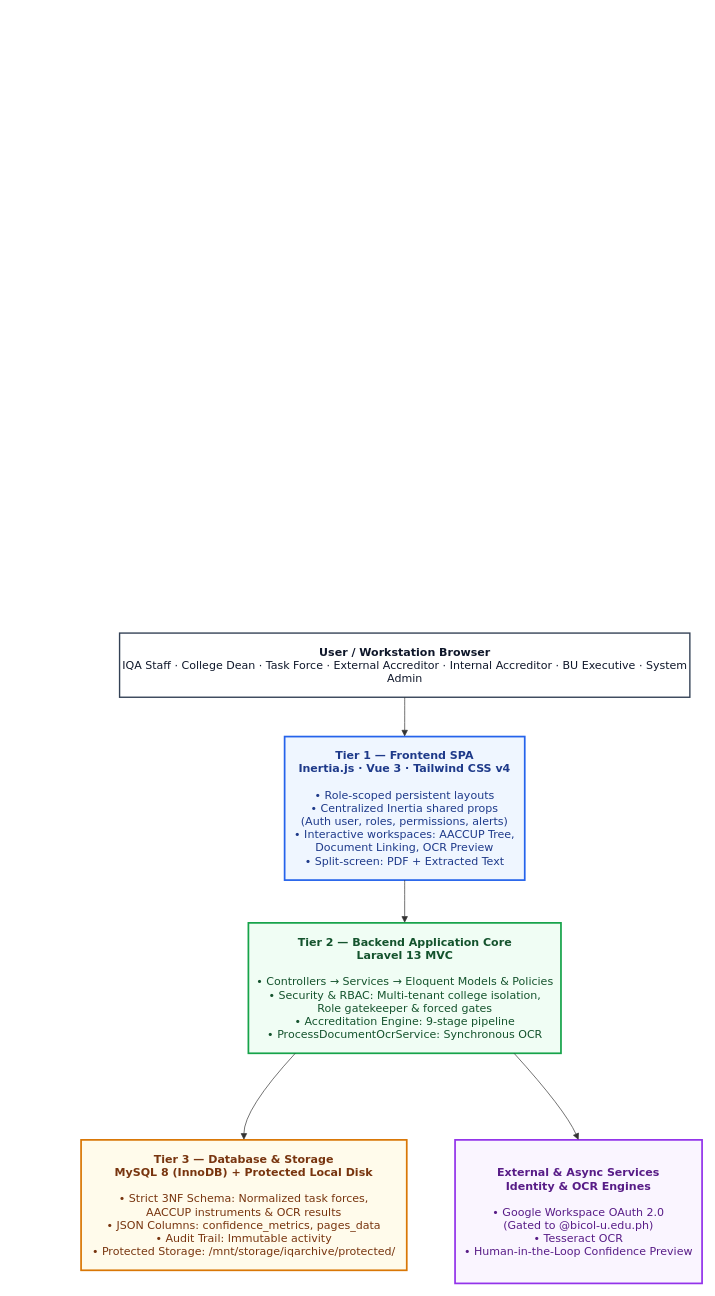
The draw.io diagram v2/docs/system-architecture/architecture diagram.drawio.xml in CCVillanueva02/iqarchive-capstone-figma, before the edit. Source tidied: cells renumbered, new cells numbered last; positions are measured from the earlier drawing's top-left corner, leaving out a move shared by most shapes. Both pictures are drawn from the tidied source at 69%, with x=0, y=0 at pixel (12, 12).
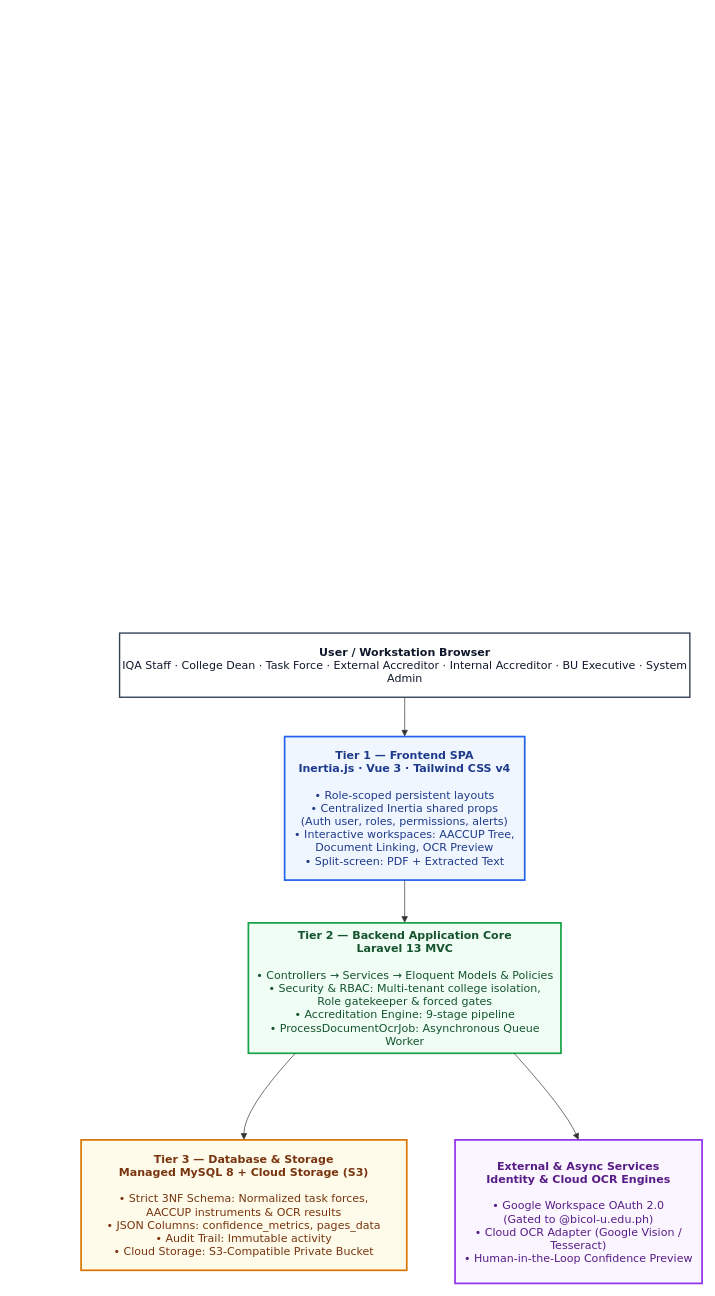
Above is the later version.

Commit message (it also covers changes not shown here):
docs(arch): update system architecture and diagrams for Laravel Cloud

What changed in the source:
```diff
@@
 <mxGraphModel>
   <root>
     <mxCell id="0" />
     <mxCell id="1" parent="0" />
     <mxCell id="2" style="group;transparentBounds=1;editIcon=1;lockedGroup=0;groupPadding=10;" parent="1" vertex="1">
       <mxGeometry as="geometry" />
     </mxCell>
     <mxCell id="3" value="&lt;b&gt;User / Workstation Browser&lt;/b&gt;&lt;br&gt;IQA Staff · College Dean · Task Force · External Accreditor · Internal Accreditor · BU Executive · System Admin" style="html=1;whiteSpace=wrap;strokeWidth=2;fillColor=default;strokeColor=#334155;fontColor=#0f172a;fontFamily=Trebuchet MS,Verdana,Arial,sans-serif;fontSize=16;" parent="2" vertex="1">
       <mxGeometry x="155.8" y="900" width="826.5" height="93" as="geometry" />
     </mxCell>
     <mxCell id="4" value="&lt;b&gt;Tier 1 — Frontend SPA&lt;/b&gt;&#10;&lt;b&gt;Inertia.js · Vue 3 · Tailwind CSS v4&lt;/b&gt;&#10;&#10;• Role-scoped persistent layouts&#10;• Centralized Inertia shared props&#10;(Auth user, roles, permissions, alerts)&#10;• Interactive workspaces: AACCUP Tree,&#10;Document Linking, OCR Preview&#10;• Split-screen: PDF + Extracted Text" style="html=1;whiteSpace=wrap;strokeWidth=2.5;fillColor=#eff6ff;strokeColor=#2563eb;fontColor=#1e3a8a;fontFamily=Trebuchet MS,Verdana,Arial,sans-serif;fontSize=16;" parent="2" vertex="1">
       <mxGeometry x="395" y="1050" width="348" height="208" as="geometry" />
     </mxCell>
-    <mxCell id="5" value="&lt;b&gt;Tier 2 — Backend Application Core&lt;/b&gt;&lt;br&gt;&lt;b&gt;Laravel 13 MVC&lt;/b&gt;&lt;br&gt;&lt;br&gt;• Controllers → Services → Eloquent Models &amp;amp; Policies&lt;br&gt;• Security &amp;amp; RBAC: Multi-tenant college isolation,&lt;br&gt;Role gatekeeper &amp;amp; forced gates&lt;br&gt;• Accreditation Engine: 9-stage pipeline&lt;br&gt;• ProcessDocumentOcrService: Synchronous OCR" style="html=1;whiteSpace=wrap;strokeWidth=2.5;fillColor=#f0fdf4;strokeColor=#16a34a;fontColor=#14532d;fontFamily=Trebuchet MS,Verdana,Arial,sans-serif;fontSize=16;" parent="2" vertex="1">
+    <mxCell id="5" value="&lt;b&gt;Tier 2 — Backend Application Core&lt;/b&gt;&lt;br&gt;&lt;b&gt;Laravel 13 MVC&lt;/b&gt;&lt;br&gt;&lt;br&gt;• Controllers → Services → Eloquent Models &amp;amp; Policies&lt;br&gt;• Security &amp;amp; RBAC: Multi-tenant college isolation,&lt;br&gt;Role gatekeeper &amp;amp; forced gates&lt;br&gt;• Accreditation Engine: 9-stage pipeline&lt;br&gt;• ProcessDocumentOcrJob: Asynchronous Queue Worker" style="html=1;whiteSpace=wrap;strokeWidth=2.5;fillColor=#f0fdf4;strokeColor=#16a34a;fontColor=#14532d;fontFamily=Trebuchet MS,Verdana,Arial,sans-serif;fontSize=16;" parent="2" vertex="1">
       <mxGeometry x="342.5" y="1320" width="453" height="189" as="geometry" />
     </mxCell>
-    <mxCell id="6" value="&lt;b&gt;Tier 3 — Database &amp;amp; Storage&lt;/b&gt;&lt;br&gt;&lt;b&gt;MySQL 8 (InnoDB) + Protected Local Disk&lt;/b&gt;&lt;br&gt;&lt;br&gt;• Strict 3NF Schema: Normalized task forces,&lt;br&gt;AACCUP instruments &amp;amp; OCR results&lt;br&gt;• JSON Columns: confidence_metrics, pages_data&lt;br&gt;• Audit Trail: Immutable activity&lt;br&gt;• Protected Storage: /mnt/storage/iqarchive/protected/" style="html=1;whiteSpace=wrap;strokeWidth=2.5;fillColor=#fffbeb;strokeColor=#d97706;fontColor=#78350f;fontFamily=Trebuchet MS,Verdana,Arial,sans-serif;fontSize=16;" parent="2" vertex="1">
+    <mxCell id="6" value="&lt;b&gt;Tier 3 — Database &amp;amp; Storage&lt;/b&gt;&lt;br&gt;&lt;b&gt;Managed MySQL 8 + Cloud Storage (S3)&lt;/b&gt;&lt;br&gt;&lt;br&gt;• Strict 3NF Schema: Normalized task forces,&lt;br&gt;AACCUP instruments &amp;amp; OCR results&lt;br&gt;• JSON Columns: confidence_metrics, pages_data&lt;br&gt;• Audit Trail: Immutable activity&lt;br&gt;• Cloud Storage: S3-Compatible Private Bucket" style="html=1;whiteSpace=wrap;strokeWidth=2.5;fillColor=#fffbeb;strokeColor=#d97706;fontColor=#78350f;fontFamily=Trebuchet MS,Verdana,Arial,sans-serif;fontSize=16;" parent="2" vertex="1">
       <mxGeometry x="100" y="1634.5" width="472" height="189" as="geometry" />
     </mxCell>
-    <mxCell id="7" value="&lt;b&gt;External &amp;amp; Async Services&lt;/b&gt;&lt;br&gt;&lt;b&gt;Identity &amp;amp; OCR Engines&lt;/b&gt;&lt;br&gt;&lt;br&gt;• Google Workspace OAuth 2.0&lt;br&gt;(Gated to @bicol-u.edu.ph)&lt;br&gt;&lt;div&gt;• Tesseract OCR&lt;/div&gt;• Human-in-the-Loop Confidence Preview" style="html=1;whiteSpace=wrap;strokeWidth=2.5;fillColor=#faf5ff;strokeColor=#9333ea;fontColor=#581c87;fontFamily=Trebuchet MS,Verdana,Arial,sans-serif;fontSize=16;" parent="2" vertex="1">
+    <mxCell id="7" value="&lt;b&gt;External &amp;amp; Async Services&lt;/b&gt;&lt;br&gt;&lt;b&gt;Identity &amp;amp; Cloud OCR Engines&lt;/b&gt;&lt;br&gt;&lt;br&gt;• Google Workspace OAuth 2.0&lt;br&gt;(Gated to @bicol-u.edu.ph)&lt;br&gt;&lt;div&gt;• Cloud OCR Adapter (Google Vision / Tesseract)&lt;/div&gt;• Human-in-the-Loop Confidence Preview" style="html=1;whiteSpace=wrap;strokeWidth=2.5;fillColor=#faf5ff;strokeColor=#9333ea;fontColor=#581c87;fontFamily=Trebuchet MS,Verdana,Arial,sans-serif;fontSize=16;" parent="2" vertex="1">
       <mxGeometry x="642" y="1634.5" width="358" height="208" as="geometry" />
     </mxCell>
     <mxCell id="8" style="curved=1;startArrow=none;endArrow=block;endSize=7;strokeColor=light-dark(#333333,#cccccc);html=1;fontSize=16;labelBackgroundColor=light-dark(#E8E8E88D,#2a2a2a8D);fontFamily=Trebuchet MS,Verdana,Arial,sans-serif;fontColor=light-dark(#333333,#cccccc);exitX=0.5;exitY=1;entryX=0.5;entryY=0;rounded=0;" parent="2" edge="1" source="3" target="4">
       <mxGeometry relative="1" as="geometry" />
     </mxCell>
     <mxCell id="9" style="curved=1;startArrow=none;endArrow=block;endSize=7;strokeColor=light-dark(#333333,#cccccc);html=1;fontSize=16;labelBackgroundColor=light-dark(#E8E8E88D,#2a2a2a8D);fontFamily=Trebuchet MS,Verdana,Arial,sans-serif;fontColor=light-dark(#333333,#cccccc);exitX=0.5;exitY=1;entryX=0.5;entryY=0;rounded=0;" parent="2" edge="1" source="4" target="5">
       <mxGeometry x="-0.15" y="1" relative="1" as="geometry" />
     </mxCell>
     <mxCell id="10" style="curved=1;startArrow=none;endArrow=block;endSize=7;strokeColor=light-dark(#333333,#cccccc);html=1;fontSize=16;labelBackgroundColor=light-dark(#E8E8E88D,#2a2a2a8D);fontFamily=Trebuchet MS,Verdana,Arial,sans-serif;fontColor=light-dark(#333333,#cccccc);exitX=0.15;exitY=1;entryX=0.5;entryY=0;rounded=0;" parent="2" edge="1" source="5" target="6">
       <mxGeometry relative="1" as="geometry">
         <Array as="points">
           <mxPoint x="336" y="1590" />
         </Array>
       </mxGeometry>
     </mxCell>
     <mxCell id="11" style="curved=1;startArrow=none;endArrow=block;endSize=7;strokeColor=light-dark(#333333,#cccccc);html=1;fontSize=16;labelBackgroundColor=light-dark(#E8E8E88D,#2a2a2a8D);fontFamily=Trebuchet MS,Verdana,Arial,sans-serif;fontColor=light-dark(#333333,#cccccc);exitX=0.85;exitY=1;entryX=0.5;entryY=0;rounded=0;" parent="2" edge="1" source="5" target="7">
       <mxGeometry relative="1" as="geometry">
         <Array as="points">
           <mxPoint x="801" y="1590" />
         </Array>
       </mxGeometry>
     </mxCell>
   </root>
 </mxGraphModel>
```
